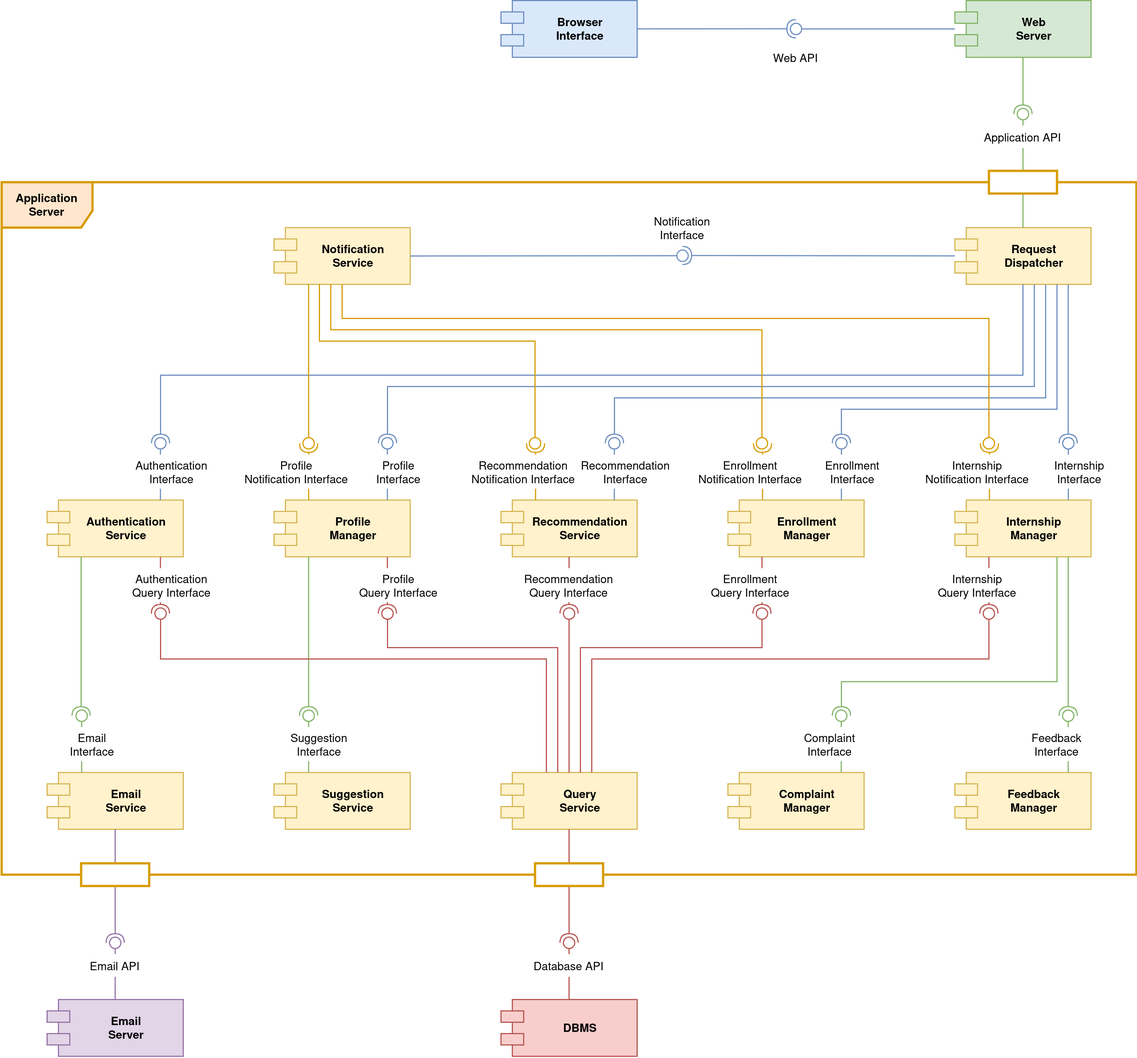
The draw.io diagram assets/components-diagrams/components-diagram.png in Fostidich/Students-And-Companies, before a commit. Source tidied: cells renumbered, new cells last; positions are measured from the earlier drawing's top-left corner, leaving out a move shared by most shapes.
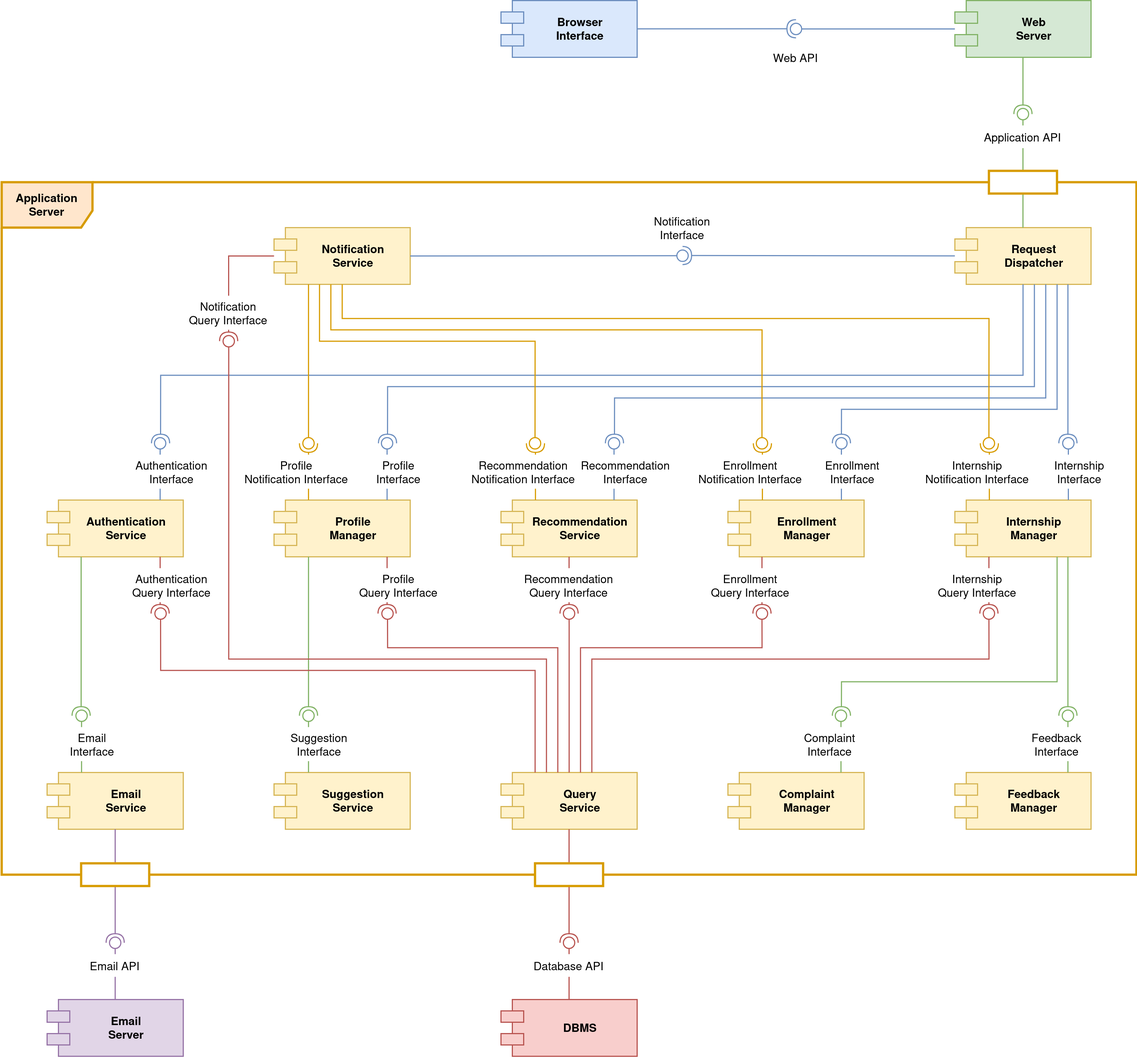
After the change.

Commit message:
deployment and components diagrams tweaks

What changed in the source:
```diff
@@ -305,8 +305,8 @@
       <mxGeometry relative="1" as="geometry">
         <mxPoint x="140" y="540" as="targetPoint" />
         <Array as="points">
-          <mxPoint x="480" y="580" />
-          <mxPoint x="140" y="580" />
+          <mxPoint x="470" y="590" />
+          <mxPoint x="140" y="590" />
         </Array>
       </mxGeometry>
     </mxCell>
@@ -444,5 +444,26 @@
     <mxCell id="94" value="&lt;div&gt;Recommendation&lt;/div&gt;&lt;div&gt;Interface&lt;br&gt;&lt;/div&gt;" style="text;html=1;align=center;verticalAlign=middle;whiteSpace=wrap;rounded=0;fillColor=default;fontSize=10;" parent="1" vertex="1">
       <mxGeometry x="520" y="400" width="60" height="30" as="geometry" />
     </mxCell>
+    <mxCell id="95" style="rounded=0;jettySize=auto;html=1;endArrow=oval;endFill=0;sketch=0;sourcePerimeterSpacing=0;targetPerimeterSpacing=0;endSize=10;edgeStyle=orthogonalEdgeStyle;fillColor=#f8cecc;strokeColor=#b85450;fontSize=10;" parent="1" edge="1" source="7">
+      <mxGeometry relative="1" as="geometry">
+        <mxPoint x="200" y="300" as="targetPoint" />
+        <Array as="points">
+          <mxPoint x="480" y="580" />
+          <mxPoint x="200" y="580" />
+          <mxPoint x="200" y="300" />
+        </Array>
+      </mxGeometry>
+    </mxCell>
+    <mxCell id="96" style="rounded=0;jettySize=auto;html=1;endArrow=halfCircle;endFill=0;endSize=6;strokeWidth=1;sketch=0;edgeStyle=elbowEdgeStyle;fillColor=#f8cecc;strokeColor=#b85450;fontSize=10;" parent="1" edge="1" source="6">
+      <mxGeometry relative="1" as="geometry">
+        <mxPoint x="200" y="300" as="targetPoint" />
+        <Array as="points">
+          <mxPoint x="200" y="260" />
+        </Array>
+      </mxGeometry>
+    </mxCell>
+    <mxCell id="97" value="&lt;div&gt;Notification&lt;/div&gt;&lt;div&gt;Query Interface&lt;br&gt;&lt;/div&gt;" style="text;html=1;align=center;verticalAlign=middle;whiteSpace=wrap;rounded=0;fillColor=default;fontSize=10;" parent="1" vertex="1">
+      <mxGeometry x="160" y="260" width="80" height="30" as="geometry" />
+    </mxCell>
   </root>
 </mxGraphModel>
```
